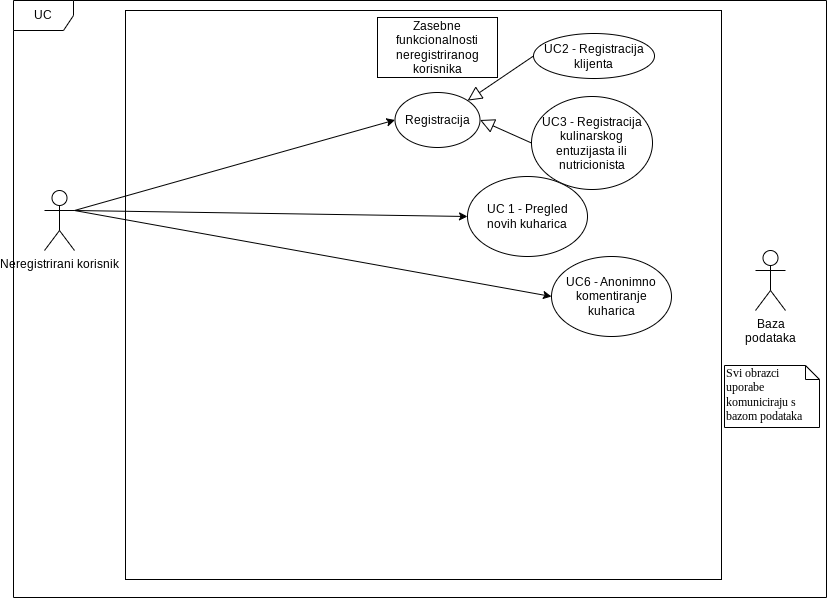
This is Dokumentacija/dijagrami/dijagram-obrazaca-uporabe-neregistriranog-korisnika.png from glatkobrasno/wall-e-zohari, a draw.io export, as it was before one commit. Source tidied: cells renumbered, new cells last; positions are measured from the earlier drawing's top-left corner, leaving out a move shared by most shapes. Source of this version:
```xml
<mxGraphModel>
  <root>
    <mxCell id="0" />
    <mxCell id="1" parent="0" />
    <mxCell id="2" style="html=1;whiteSpace=wrap;" parent="1" vertex="1">
      <mxGeometry x="112" y="10" width="596" height="569" as="geometry" />
    </mxCell>
    <mxCell id="3" value="Neregistrirani korisnik" style="shape=umlActor;verticalLabelPosition=bottom;verticalAlign=top;html=1;outlineConnect=0;labelBackgroundColor=none;rounded=0;" parent="1" vertex="1">
      <mxGeometry x="31" y="190" width="30" height="60" as="geometry" />
    </mxCell>
    <mxCell id="4" value="Baza&lt;br&gt;podataka" style="shape=umlActor;verticalLabelPosition=bottom;verticalAlign=top;html=1;" parent="1" vertex="1">
      <mxGeometry x="742" y="250" width="30" height="60" as="geometry" />
    </mxCell>
    <mxCell id="5" value="UC" style="shape=umlFrame;whiteSpace=wrap;html=1;" parent="1" vertex="1">
      <mxGeometry width="813" height="597" as="geometry" />
    </mxCell>
    <mxCell id="6" value="Zasebne funkcionalnosti neregistriranog korisnika" style="rounded=0;whiteSpace=wrap;html=1;" parent="1" vertex="1">
      <mxGeometry x="364" y="17" width="120" height="60" as="geometry" />
    </mxCell>
    <mxCell id="7" value="UC 1 - Pregled&lt;br&gt;novih kuharica" style="ellipse;whiteSpace=wrap;html=1;" parent="1" vertex="1">
      <mxGeometry x="454" y="176" width="120" height="80" as="geometry" />
    </mxCell>
    <mxCell id="8" style="endArrow=classic;html=1;exitX=1;exitY=0.3333333333333333;exitDx=0;exitDy=0;exitPerimeter=0;entryX=0;entryY=0.5;entryDx=0;entryDy=0;" parent="1" edge="1" source="3" target="7">
      <mxGeometry relative="1" as="geometry" />
    </mxCell>
    <mxCell id="9" value="Registracija" style="ellipse;whiteSpace=wrap;html=1;" parent="1" vertex="1">
      <mxGeometry x="381.5" y="92" width="85" height="55" as="geometry" />
    </mxCell>
    <mxCell id="10" value="UC2 - Registracija klijenta" style="ellipse;whiteSpace=wrap;html=1;" parent="1" vertex="1">
      <mxGeometry x="520" y="33" width="121" height="45" as="geometry" />
    </mxCell>
    <mxCell id="11" value="UC3 - Registracija kulinarskog entuzijasta ili nutricionista" style="ellipse;whiteSpace=wrap;html=1;" parent="1" vertex="1">
      <mxGeometry x="518" y="96" width="121" height="93" as="geometry" />
    </mxCell>
    <mxCell id="12" style="endArrow=classic;html=1;exitX=1;exitY=0.3333333333333333;exitDx=0;exitDy=0;exitPerimeter=0;entryX=0;entryY=0.5;entryDx=0;entryDy=0;" parent="1" edge="1" source="3" target="9">
      <mxGeometry relative="1" as="geometry" />
    </mxCell>
    <mxCell id="13" style="edgeStyle=none;html=1;endArrow=block;endFill=0;endSize=12;verticalAlign=bottom;exitX=0;exitY=0.5;exitDx=0;exitDy=0;entryX=1;entryY=0.5;entryDx=0;entryDy=0;" parent="1" edge="1" source="11" target="9">
      <mxGeometry relative="1" as="geometry" />
    </mxCell>
    <mxCell id="14" style="edgeStyle=none;html=1;endArrow=block;endFill=0;endSize=12;verticalAlign=bottom;entryX=1;entryY=0;entryDx=0;entryDy=0;exitX=0;exitY=0.5;exitDx=0;exitDy=0;" parent="1" edge="1" source="10" target="9">
      <mxGeometry relative="1" as="geometry" />
    </mxCell>
    <mxCell id="15" value="UC6 - Anonimno komentiranje kuharica" style="ellipse;whiteSpace=wrap;html=1;" parent="1" vertex="1">
      <mxGeometry x="538" y="256" width="120" height="80" as="geometry" />
    </mxCell>
    <mxCell id="16" style="endArrow=classic;html=1;rounded=0;exitX=1;exitY=0.3333333333333333;exitDx=0;exitDy=0;exitPerimeter=0;entryX=0;entryY=0.5;entryDx=0;entryDy=0;" parent="1" edge="1" source="3" target="15">
      <mxGeometry relative="1" as="geometry" />
    </mxCell>
    <mxCell id="17" value="Svi obrazci uporabe komuniciraju s bazom podataka" style="shape=note;whiteSpace=wrap;html=1;size=14;verticalAlign=top;align=left;spacingTop=-6;rounded=0;shadow=0;comic=0;labelBackgroundColor=none;strokeWidth=1;fontFamily=Verdana;fontSize=12;" parent="1" vertex="1">
      <mxGeometry x="711" y="365" width="95" height="62" as="geometry" />
    </mxCell>
  </root>
</mxGraphModel>
```
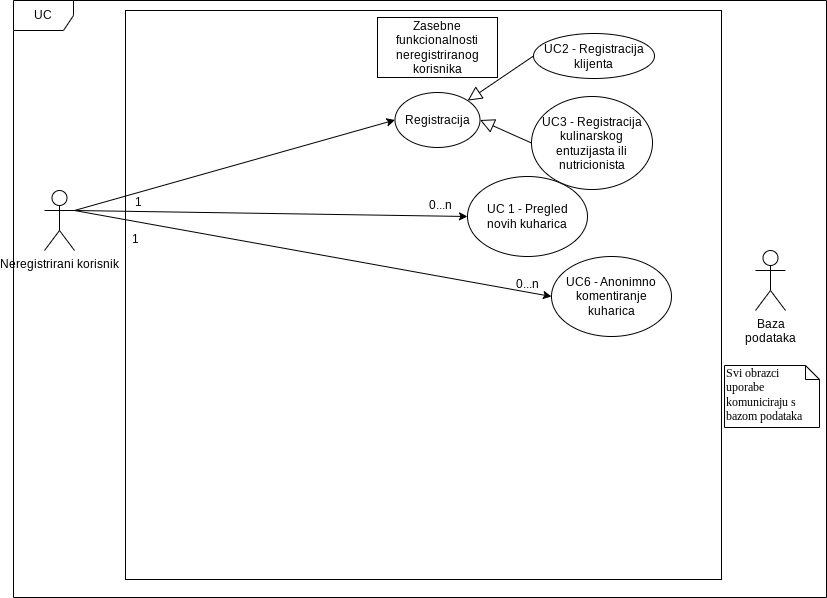
The same file after the commit.

Diff of the diagram source:
```diff
@@ -50,5 +50,17 @@
     <mxCell id="17" value="Svi obrazci uporabe komuniciraju s bazom podataka" style="shape=note;whiteSpace=wrap;html=1;size=14;verticalAlign=top;align=left;spacingTop=-6;rounded=0;shadow=0;comic=0;labelBackgroundColor=none;strokeWidth=1;fontFamily=Verdana;fontSize=12;" parent="1" vertex="1">
       <mxGeometry x="711" y="365" width="95" height="62" as="geometry" />
     </mxCell>
+    <mxCell id="18" value="1" style="text;html=1;strokeColor=none;fillColor=none;align=center;verticalAlign=middle;whiteSpace=wrap;rounded=0;" parent="1" vertex="1">
+      <mxGeometry x="95" y="187" width="60" height="30" as="geometry" />
+    </mxCell>
+    <mxCell id="19" value="1" style="text;html=1;strokeColor=none;fillColor=none;align=center;verticalAlign=middle;whiteSpace=wrap;rounded=0;" parent="1" vertex="1">
+      <mxGeometry x="92" y="224" width="60" height="30" as="geometry" />
+    </mxCell>
+    <mxCell id="20" value="0...n&lt;br&gt;" style="text;html=1;strokeColor=none;fillColor=none;align=center;verticalAlign=middle;whiteSpace=wrap;rounded=0;" parent="1" vertex="1">
+      <mxGeometry x="397" y="190" width="60" height="30" as="geometry" />
+    </mxCell>
+    <mxCell id="21" value="0...n&lt;br&gt;" style="text;html=1;strokeColor=none;fillColor=none;align=center;verticalAlign=middle;whiteSpace=wrap;rounded=0;" parent="1" vertex="1">
+      <mxGeometry x="484" y="269" width="60" height="30" as="geometry" />
+    </mxCell>
   </root>
 </mxGraphModel>
```
